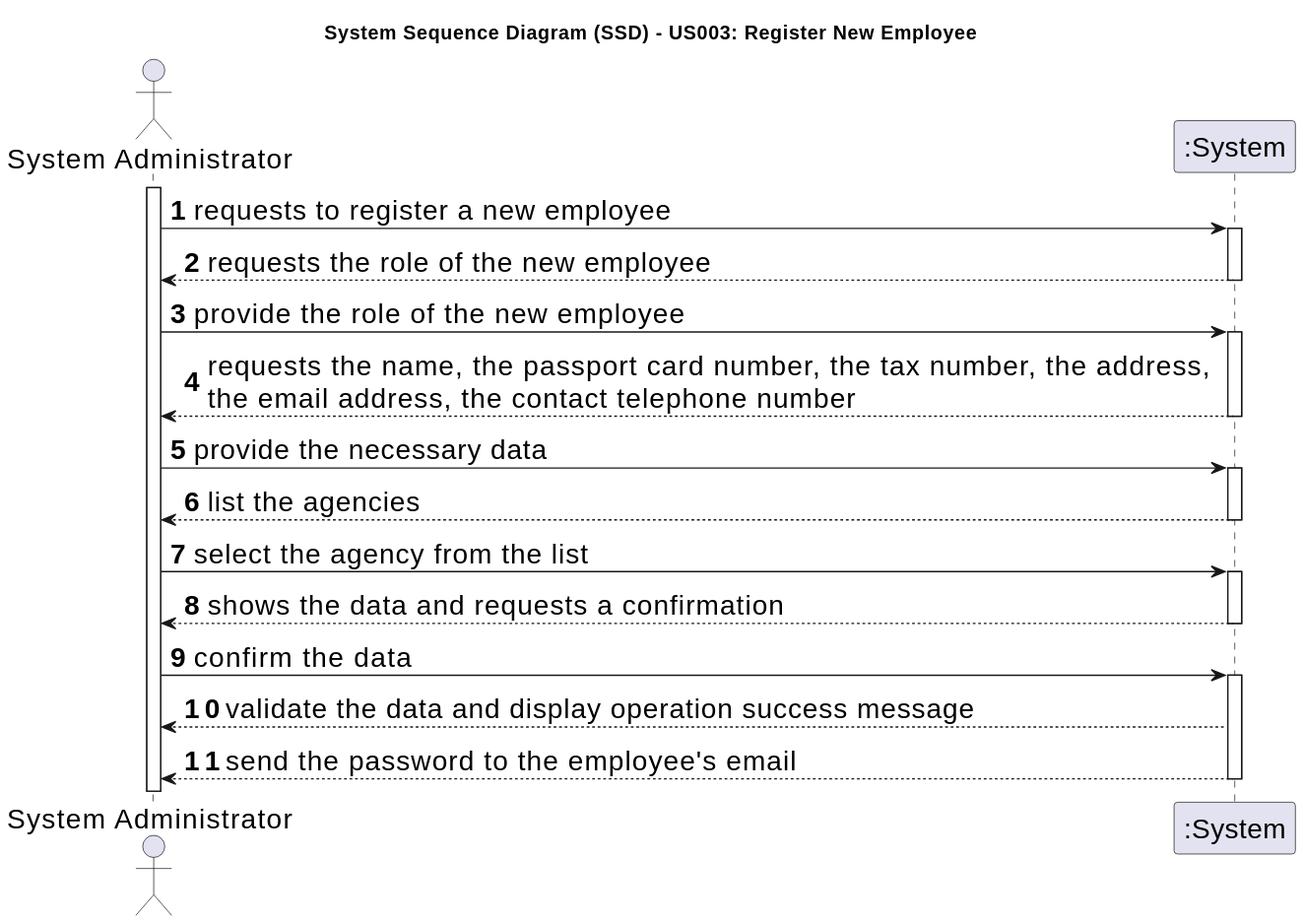
Goncalves2525/real-estate-management-system keeps this PlantUML diagram as docs/sprintB/us003/01.requirements-engineering/svg/us003-system-sequence-diagram.svg. Above is the earlier version.
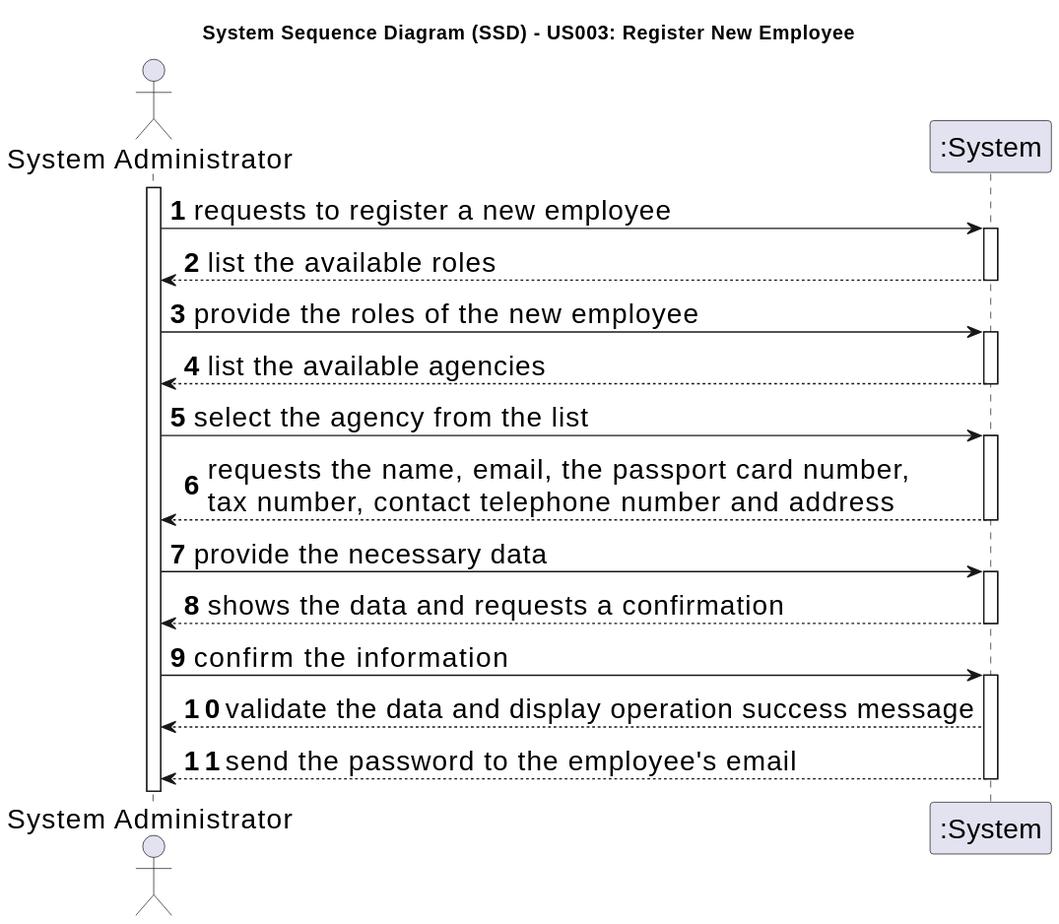
After the change.

Diff of the diagram source:
```diff
@@ -16,33 +16,39 @@
     Admin -> System : requests to register a new employee
     activate System
 
-        System --> Admin : requests the role of the new employee
+    System --> Admin : list the available roles
     deactivate System
 
-    Admin -> System : provide the role of the new employee
+    Admin -> System : provide the roles of the new employee
+    activate System
+
+
+
+    System --> Admin : list the available agencies
+    deactivate System
+
+    Admin -> System : select the agency from the list
         activate System
 
-            System --> Admin : requests the name, the passport card number, the tax number, the address, \nthe email address, the contact telephone number
 
-        deactivate System
+
+    System --> Admin : requests the name, email, the passport card number,   \ntax number, contact telephone number and address
+    deactivate System
 
     Admin -> System : provide the necessary data
         activate System
 
-            System --> Admin : list the agencies
-        deactivate System
 
-    Admin -> System : select the agency from the list
+
+
+    System --> Admin : shows the data and requests a confirmation
+    deactivate System
+
+    Admin -> System : confirm the information
     activate System
 
-        System --> Admin : shows the data and requests a confirmation
-    deactivate System
-
-    Admin -> System : confirm the data
-    activate System
-
-        System --> Admin : validate the data and display operation success message
-        System --> Admin : send the password to the employee's email
+    System --> Admin : validate the data and display operation success message
+    System --> Admin : send the password to the employee's email
 
     deactivate System
 @enduml
```
